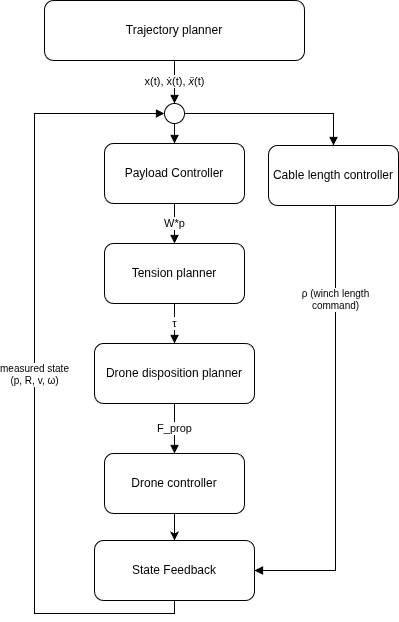
This is images/diagrams/control_scheme.png from chiarabuono/ACTS-report, a draw.io export, as it was before one commit. Source tidied: cells renumbered, new cells last; positions are measured from the earlier drawing's top-left corner, leaving out a move shared by most shapes.
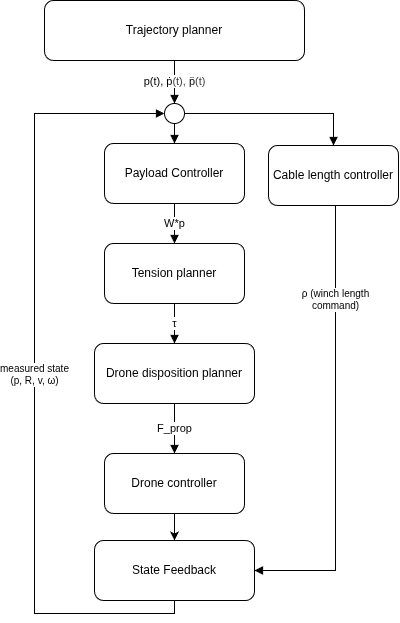
The same diagram one commit later.

Change to the diagram source:
```diff
@@ -29,7 +29,7 @@
     <mxCell id="10" value="State Feedback" style="rounded=1;whiteSpace=wrap;html=1;fontSize=12;fontStyle=0;" parent="1" vertex="1">
       <mxGeometry x="60" y="540" width="160" height="60" as="geometry" />
     </mxCell>
-    <mxCell id="11" value="&lt;div&gt;x(t), ẋ(t),&amp;nbsp;&lt;span&gt;&lt;em&gt;ẍ&lt;/em&gt;&lt;/span&gt;(t)&lt;/div&gt;" style="edgeStyle=orthogonalEdgeStyle;rounded=0;html=1;endArrow=block;endFill=1;fontSize=11;exitX=0.5;exitY=1;entryX=0.5;entryY=0;" parent="1" edge="1" source="2" target="3">
+    <mxCell id="11" value="&lt;div&gt;p(t),&amp;nbsp;&lt;span style=&quot;background-color: light-dark(#ffffff, var(--ge-dark-color, #121212));&quot;&gt;ṗ&lt;/span&gt;&lt;span style=&quot;color: rgb(63, 63, 63); background-color: light-dark(#ffffff, var(--ge-dark-color, #121212));&quot;&gt;(t),&amp;nbsp;&lt;/span&gt;&lt;span style=&quot;background-color: light-dark(#ffffff, var(--ge-dark-color, #121212));&quot;&gt;p̈&lt;/span&gt;&lt;span style=&quot;background-color: light-dark(#ffffff, var(--ge-dark-color, #121212)); color: rgb(63, 63, 63);&quot;&gt;(t)&lt;/span&gt;&lt;/div&gt;" style="edgeStyle=orthogonalEdgeStyle;rounded=0;html=1;endArrow=block;endFill=1;fontSize=11;exitX=0.5;exitY=1;entryX=0.5;entryY=0;" parent="1" edge="1" source="2" target="3">
       <mxGeometry relative="1" as="geometry" />
     </mxCell>
     <mxCell id="12" style="edgeStyle=orthogonalEdgeStyle;rounded=0;html=1;endArrow=block;endFill=1;exitX=1;exitY=0.5;entryX=0.5;entryY=0;exitDx=0;exitDy=0;" parent="1" edge="1" source="3" target="4">
```
